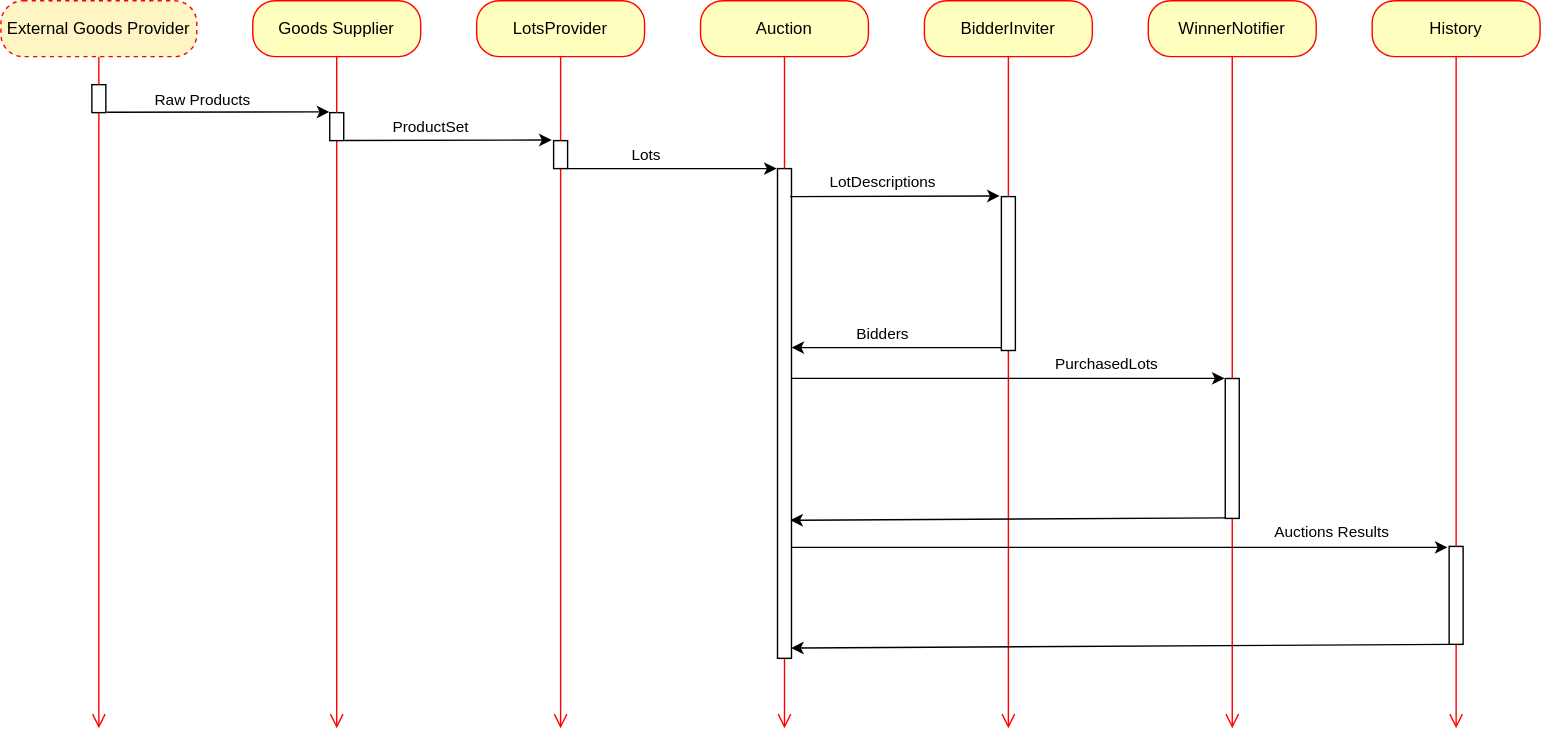
The draw.io diagram SSP_Flow.svg in eutkin/diagrams, before a commit. Source tidied: cells renumbered, new cells last; positions are measured from the earlier drawing's top-left corner, leaving out a move shared by most shapes.
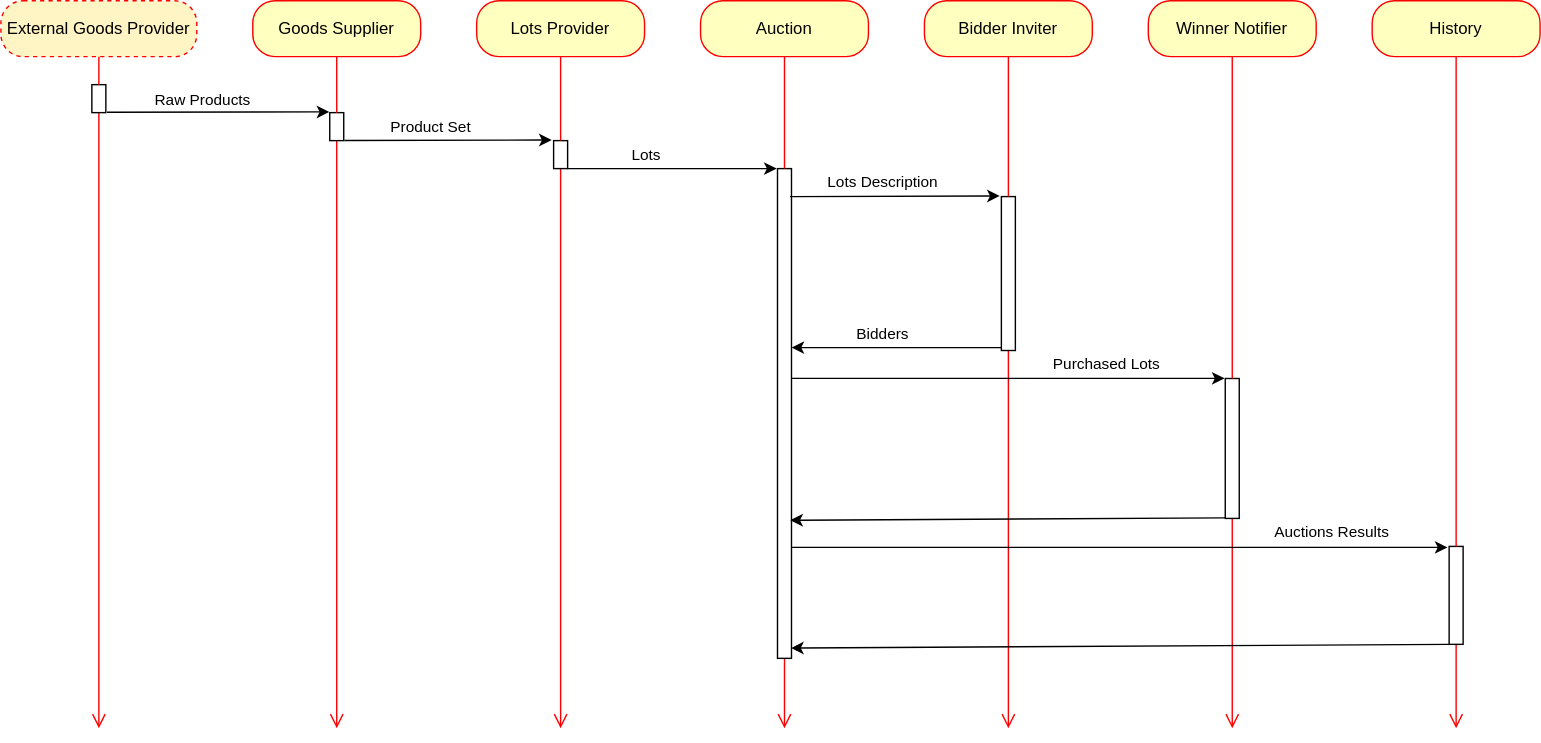
The same diagram one commit later.

The edit, as a diff of the source:
```diff
@@ -10,7 +10,7 @@
         <mxPoint x="240" y="520" as="targetPoint" />
       </mxGeometry>
     </mxCell>
-    <mxCell id="4" value="LotsProvider" style="rounded=1;whiteSpace=wrap;html=1;arcSize=40;fontColor=#000000;fillColor=#ffffc0;strokeColor=#ff0000;" parent="1" vertex="1">
+    <mxCell id="4" value="Lots Provider" style="rounded=1;whiteSpace=wrap;html=1;arcSize=40;fontColor=#000000;fillColor=#ffffc0;strokeColor=#ff0000;" parent="1" vertex="1">
       <mxGeometry x="340" width="120" height="40" as="geometry" />
     </mxCell>
     <mxCell id="5" style="edgeStyle=orthogonalEdgeStyle;html=1;verticalAlign=bottom;endArrow=open;endSize=8;strokeColor=#ff0000;" parent="1" edge="1" source="26">
@@ -26,7 +26,7 @@
         <mxPoint x="560" y="520" as="targetPoint" />
       </mxGeometry>
     </mxCell>
-    <mxCell id="8" value="BidderInviter" style="rounded=1;whiteSpace=wrap;html=1;arcSize=40;fontColor=#000000;fillColor=#ffffc0;strokeColor=#ff0000;" parent="1" vertex="1">
+    <mxCell id="8" value="Bidder Inviter" style="rounded=1;whiteSpace=wrap;html=1;arcSize=40;fontColor=#000000;fillColor=#ffffc0;strokeColor=#ff0000;" parent="1" vertex="1">
       <mxGeometry x="660" width="120" height="40" as="geometry" />
     </mxCell>
     <mxCell id="9" style="edgeStyle=orthogonalEdgeStyle;html=1;verticalAlign=bottom;endArrow=open;endSize=8;strokeColor=#ff0000;" parent="1" edge="1" source="38">
@@ -34,7 +34,7 @@
         <mxPoint x="720" y="520" as="targetPoint" />
       </mxGeometry>
     </mxCell>
-    <mxCell id="10" value="WinnerNotifier" style="rounded=1;whiteSpace=wrap;html=1;arcSize=40;fontColor=#000000;fillColor=#ffffc0;strokeColor=#ff0000;" parent="1" vertex="1">
+    <mxCell id="10" value="Winner Notifier" style="rounded=1;whiteSpace=wrap;html=1;arcSize=40;fontColor=#000000;fillColor=#ffffc0;strokeColor=#ff0000;" parent="1" vertex="1">
       <mxGeometry x="820" width="120" height="40" as="geometry" />
     </mxCell>
     <mxCell id="11" style="edgeStyle=orthogonalEdgeStyle;html=1;verticalAlign=bottom;endArrow=open;endSize=8;strokeColor=#ff0000;" parent="1" edge="1" source="41">
@@ -53,7 +53,7 @@
     <mxCell id="14" style="edgeStyle=none;rounded=0;jettySize=auto;html=1;startArrow=none;startFill=0;endArrow=classic;endFill=1;exitX=1.047;exitY=0.998;exitDx=0;exitDy=0;exitPerimeter=0;entryX=-0.138;entryY=-0.021;entryDx=0;entryDy=0;entryPerimeter=0;" parent="1" edge="1" source="16" target="26">
       <mxGeometry relative="1" as="geometry" />
     </mxCell>
-    <mxCell id="15" value="ProductSet" style="edgeLabel;html=1;align=center;verticalAlign=middle;" parent="14" vertex="1">
+    <mxCell id="15" value="Product Set" style="edgeLabel;html=1;align=center;verticalAlign=middle;" parent="14" vertex="1">
       <mxGeometry x="-0.18" relative="1" as="geometry">
         <mxPoint y="-9.8" as="offset" />
       </mxGeometry>
@@ -105,7 +105,7 @@
         <mxPoint x="564" y="140" as="sourcePoint" />
       </mxGeometry>
     </mxCell>
-    <mxCell id="29" value="LotDescriptions" style="edgeLabel;html=1;align=center;verticalAlign=middle;" parent="28" vertex="1">
+    <mxCell id="29" value="Lots Description" style="edgeLabel;html=1;align=center;verticalAlign=middle;" parent="28" vertex="1">
       <mxGeometry x="-0.18" y="1" relative="1" as="geometry">
         <mxPoint x="4.2" y="-8.8" as="offset" />
       </mxGeometry>
@@ -113,7 +113,7 @@
     <mxCell id="30" style="edgeStyle=none;rounded=0;jettySize=auto;html=1;entryX=-0.048;entryY=-0.001;entryDx=0;entryDy=0;entryPerimeter=0;startArrow=none;startFill=0;endArrow=classic;endFill=1;" parent="1" edge="1" source="34" target="41">
       <mxGeometry relative="1" as="geometry" />
     </mxCell>
-    <mxCell id="31" value="PurchasedLots" style="edgeLabel;html=1;align=center;verticalAlign=middle;" parent="30" vertex="1">
+    <mxCell id="31" value="Purchased Lots" style="edgeLabel;html=1;align=center;verticalAlign=middle;" parent="30" vertex="1">
       <mxGeometry x="-0.25" y="1" relative="1" as="geometry">
         <mxPoint x="109.3" y="-8.9" as="offset" />
       </mxGeometry>
```
